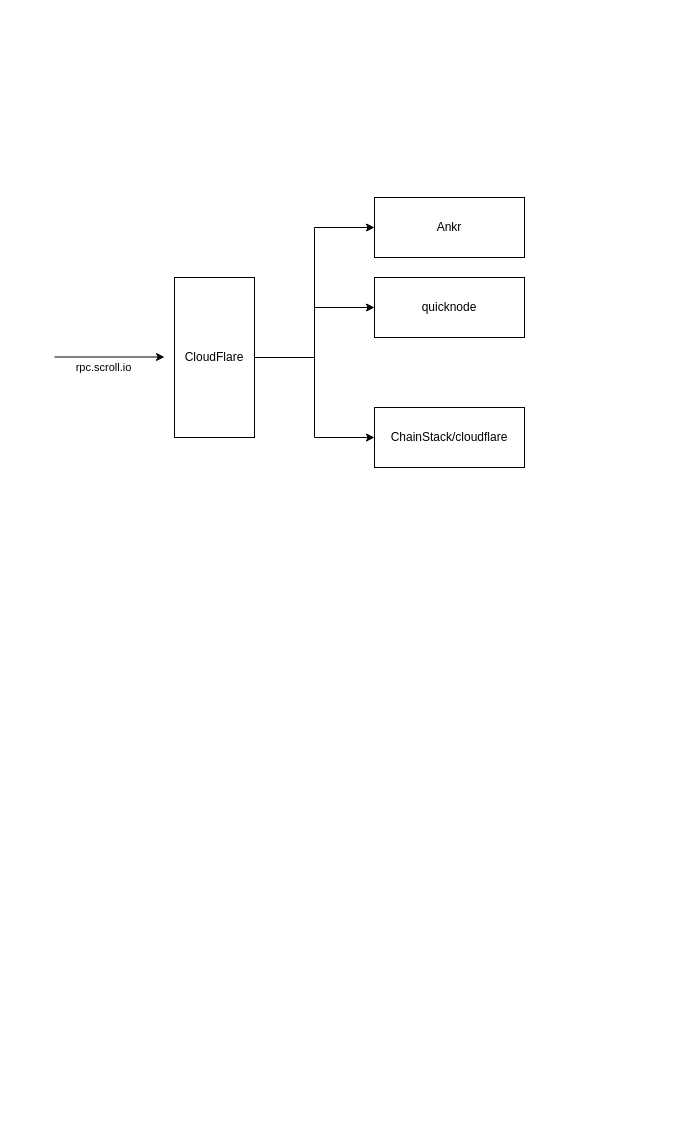
georgehao/drawio keeps this draw.io diagram as Untitled Diagram.drawio. Above is the earlier version. Source tidied: cells renumbered, new cells numbered last; positions are measured from the earlier drawing's top-left corner, leaving out a move shared by most shapes. Both pictures are drawn from the tidied source at 100%, with x=0, y=0 at pixel (54, 197).
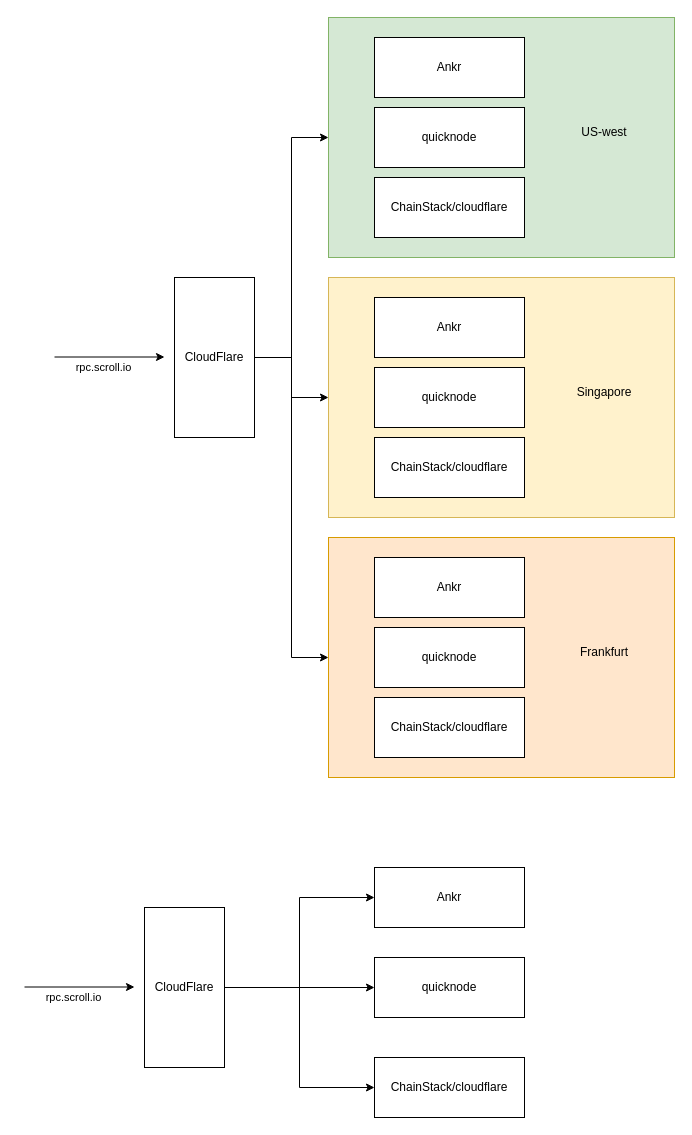
Above is the later version.

Unchanged cells that the change refers to:
```xml
<mxCell id="5" value="CloudFlare" style="rounded=0;whiteSpace=wrap;html=1;" parent="1" vertex="1">
  <mxGeometry x="120" y="80" width="80" height="160" as="geometry" />
</mxCell>
```

Diff of the diagram source:
```diff
@@
-    <mxCell id="2" style="edgeStyle=orthogonalEdgeStyle;rounded=0;jettySize=auto;html=1;entryX=0;entryY=0.5;entryDx=0;entryDy=0;" parent="1" edge="1" source="5" target="8">
-      <mxGeometry relative="1" as="geometry" />
-    </mxCell>
-    <mxCell id="3" style="edgeStyle=orthogonalEdgeStyle;rounded=0;jettySize=auto;html=1;entryX=0;entryY=0.5;entryDx=0;entryDy=0;" parent="1" edge="1" source="5" target="9">
-      <mxGeometry relative="1" as="geometry" />
-    </mxCell>
-    <mxCell id="4" style="edgeStyle=orthogonalEdgeStyle;rounded=0;jettySize=auto;html=1;entryX=0;entryY=0.5;entryDx=0;entryDy=0;" parent="1" edge="1" source="5" target="10">
-      <mxGeometry relative="1" as="geometry" />
-    </mxCell>
+    <mxCell id="11" style="rounded=0;whiteSpace=wrap;html=1;fillColor=#d5e8d4;strokeColor=#82b366;" parent="1" vertex="1">
+      <mxGeometry x="274" y="-180" width="346" height="240" as="geometry" />
+    </mxCell>
+    <mxCell id="12" style="edgeStyle=orthogonalEdgeStyle;rounded=0;jettySize=auto;html=1;" parent="1" edge="1" source="5" target="16">
+      <mxGeometry relative="1" as="geometry" />
+    </mxCell>
+    <mxCell id="13" style="edgeStyle=orthogonalEdgeStyle;rounded=0;jettySize=auto;html=1;entryX=0;entryY=0.5;entryDx=0;entryDy=0;" parent="1" edge="1" source="5" target="21">
+      <mxGeometry relative="1" as="geometry" />
+    </mxCell>
+    <mxCell id="14" style="edgeStyle=orthogonalEdgeStyle;rounded=0;jettySize=auto;html=1;entryX=0;entryY=0.5;entryDx=0;entryDy=0;" parent="1" edge="1" source="5" target="11">
+      <mxGeometry relative="1" as="geometry" />
+    </mxCell>
@@
     <mxCell id="8" value="Ankr" style="rounded=0;whiteSpace=wrap;html=1;" parent="1" vertex="1">
-      <mxGeometry x="320" width="150" height="60" as="geometry" />
+      <mxGeometry x="320" y="-160" width="150" height="60" as="geometry" />
     </mxCell>
     <mxCell id="9" value="quicknode" style="rounded=0;whiteSpace=wrap;html=1;" parent="1" vertex="1">
-      <mxGeometry x="320" y="80" width="150" height="60" as="geometry" />
+      <mxGeometry x="320" y="-90" width="150" height="60" as="geometry" />
     </mxCell>
     <mxCell id="10" value="ChainStack/cloudflare" style="rounded=0;whiteSpace=wrap;html=1;" parent="1" vertex="1">
-      <mxGeometry x="320" y="210" width="150" height="60" as="geometry" />
+      <mxGeometry x="320" y="-20" width="150" height="60" as="geometry" />
     </mxCell>
+    <mxCell id="15" value="US-west" style="text;html=1;align=center;verticalAlign=middle;whiteSpace=wrap;rounded=0;" parent="1" vertex="1">
+      <mxGeometry x="520" y="-80" width="60" height="30" as="geometry" />
+    </mxCell>
+    <mxCell id="16" style="rounded=0;whiteSpace=wrap;html=1;fillColor=#fff2cc;strokeColor=#d6b656;" parent="1" vertex="1">
+      <mxGeometry x="274" y="80" width="346" height="240" as="geometry" />
+    </mxCell>
+    <mxCell id="17" value="Ankr" style="rounded=0;whiteSpace=wrap;html=1;" parent="1" vertex="1">
+      <mxGeometry x="320" y="100" width="150" height="60" as="geometry" />
+    </mxCell>
+    <mxCell id="18" value="quicknode" style="rounded=0;whiteSpace=wrap;html=1;" parent="1" vertex="1">
+      <mxGeometry x="320" y="170" width="150" height="60" as="geometry" />
+    </mxCell>
+    <mxCell id="19" value="ChainStack/cloudflare" style="rounded=0;whiteSpace=wrap;html=1;" parent="1" vertex="1">
+      <mxGeometry x="320" y="240" width="150" height="60" as="geometry" />
+    </mxCell>
+    <mxCell id="20" value="Singapore" style="text;html=1;align=center;verticalAlign=middle;whiteSpace=wrap;rounded=0;" parent="1" vertex="1">
+      <mxGeometry x="520" y="180" width="60" height="30" as="geometry" />
+    </mxCell>
+    <mxCell id="21" style="rounded=0;whiteSpace=wrap;html=1;fillColor=#ffe6cc;strokeColor=#d79b00;" parent="1" vertex="1">
+      <mxGeometry x="274" y="340" width="346" height="240" as="geometry" />
+    </mxCell>
+    <mxCell id="22" value="Ankr" style="rounded=0;whiteSpace=wrap;html=1;" parent="1" vertex="1">
+      <mxGeometry x="320" y="360" width="150" height="60" as="geometry" />
+    </mxCell>
+    <mxCell id="23" value="quicknode" style="rounded=0;whiteSpace=wrap;html=1;" parent="1" vertex="1">
+      <mxGeometry x="320" y="430" width="150" height="60" as="geometry" />
+    </mxCell>
+    <mxCell id="24" value="ChainStack/cloudflare" style="rounded=0;whiteSpace=wrap;html=1;" parent="1" vertex="1">
+      <mxGeometry x="320" y="500" width="150" height="60" as="geometry" />
+    </mxCell>
+    <mxCell id="25" value="Frankfurt" style="text;html=1;align=center;verticalAlign=middle;whiteSpace=wrap;rounded=0;" parent="1" vertex="1">
+      <mxGeometry x="520" y="440" width="60" height="30" as="geometry" />
+    </mxCell>
+    <mxCell id="26" style="edgeStyle=orthogonalEdgeStyle;rounded=0;jettySize=auto;html=1;entryX=0;entryY=0.5;entryDx=0;entryDy=0;" parent="1" edge="1" source="29" target="32">
+      <mxGeometry relative="1" as="geometry" />
+    </mxCell>
+    <mxCell id="27" style="edgeStyle=orthogonalEdgeStyle;rounded=0;jettySize=auto;html=1;entryX=0;entryY=0.5;entryDx=0;entryDy=0;" parent="1" edge="1" source="29" target="33">
+      <mxGeometry relative="1" as="geometry" />
+    </mxCell>
+    <mxCell id="28" style="edgeStyle=orthogonalEdgeStyle;rounded=0;jettySize=auto;html=1;entryX=0;entryY=0.5;entryDx=0;entryDy=0;" parent="1" edge="1" source="29" target="34">
+      <mxGeometry relative="1" as="geometry" />
+    </mxCell>
+    <mxCell id="29" value="CloudFlare" style="rounded=0;whiteSpace=wrap;html=1;" parent="1" vertex="1">
+      <mxGeometry x="90" y="710" width="80" height="160" as="geometry" />
+    </mxCell>
+    <mxCell id="30" style="endArrow=classic;html=1;rounded=0;" parent="1" edge="1">
+      <mxGeometry relative="1" as="geometry">
+        <mxPoint x="-30" y="789.5" as="sourcePoint" />
+        <mxPoint x="80" y="789.5" as="targetPoint" />
+      </mxGeometry>
+    </mxCell>
+    <mxCell id="31" value="rpc.scroll.io" style="edgeLabel;html=1;align=center;verticalAlign=middle;" parent="30" vertex="1">
+      <mxGeometry x="-0.13" y="-1" relative="1" as="geometry">
+        <mxPoint y="9" as="offset" />
+      </mxGeometry>
+    </mxCell>
+    <mxCell id="32" value="Ankr" style="rounded=0;whiteSpace=wrap;html=1;" parent="1" vertex="1">
+      <mxGeometry x="320" y="670" width="150" height="60" as="geometry" />
+    </mxCell>
+    <mxCell id="33" value="quicknode" style="rounded=0;whiteSpace=wrap;html=1;" parent="1" vertex="1">
+      <mxGeometry x="320" y="760" width="150" height="60" as="geometry" />
+    </mxCell>
+    <mxCell id="34" value="ChainStack/cloudflare" style="rounded=0;whiteSpace=wrap;html=1;" parent="1" vertex="1">
+      <mxGeometry x="320" y="860" width="150" height="60" as="geometry" />
+    </mxCell>
```
